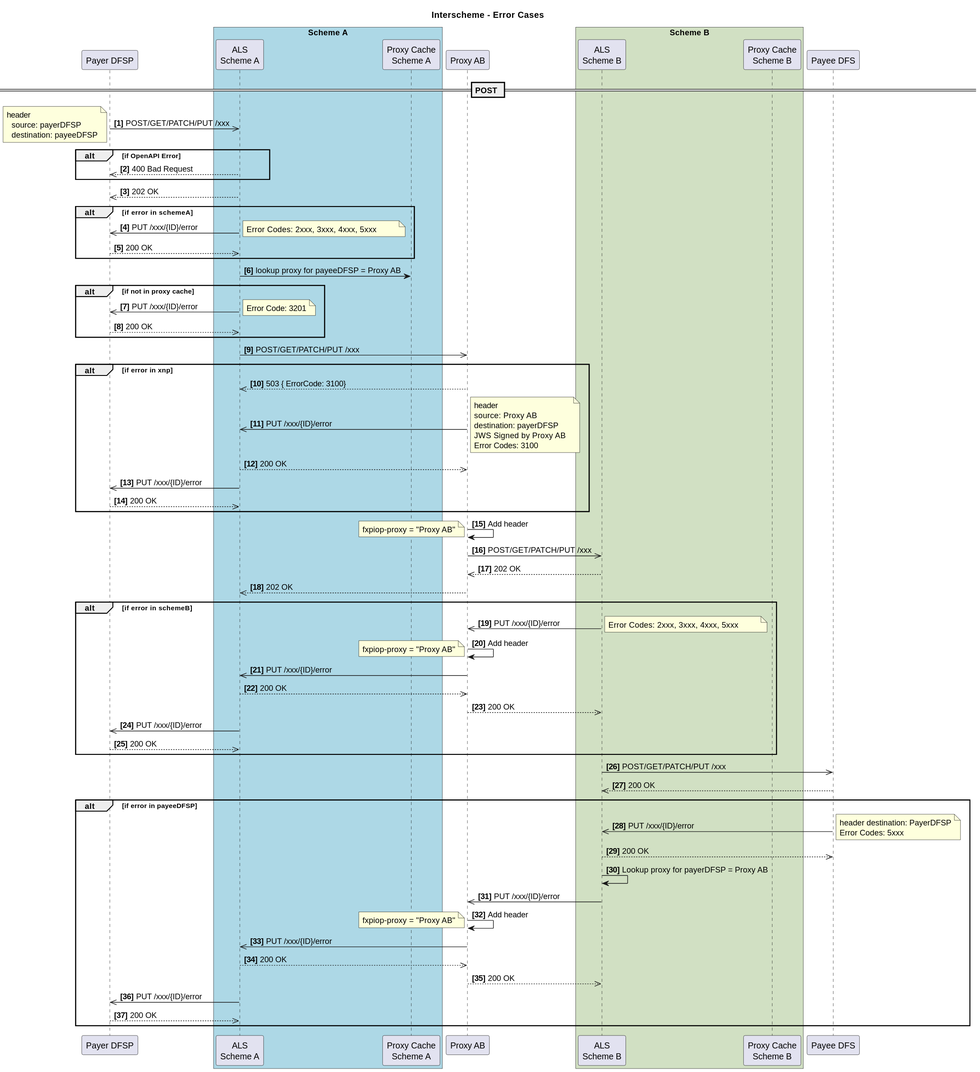
Before: docs/fr/product/features/Interscheme/Interscheme-ErrorCases.svg, a diagram exported from PlantUML (mojaloop/documentation). Its source is kept beside it as docs/fr/product/features/Interscheme/Interscheme-ErrorCases.plantuml.
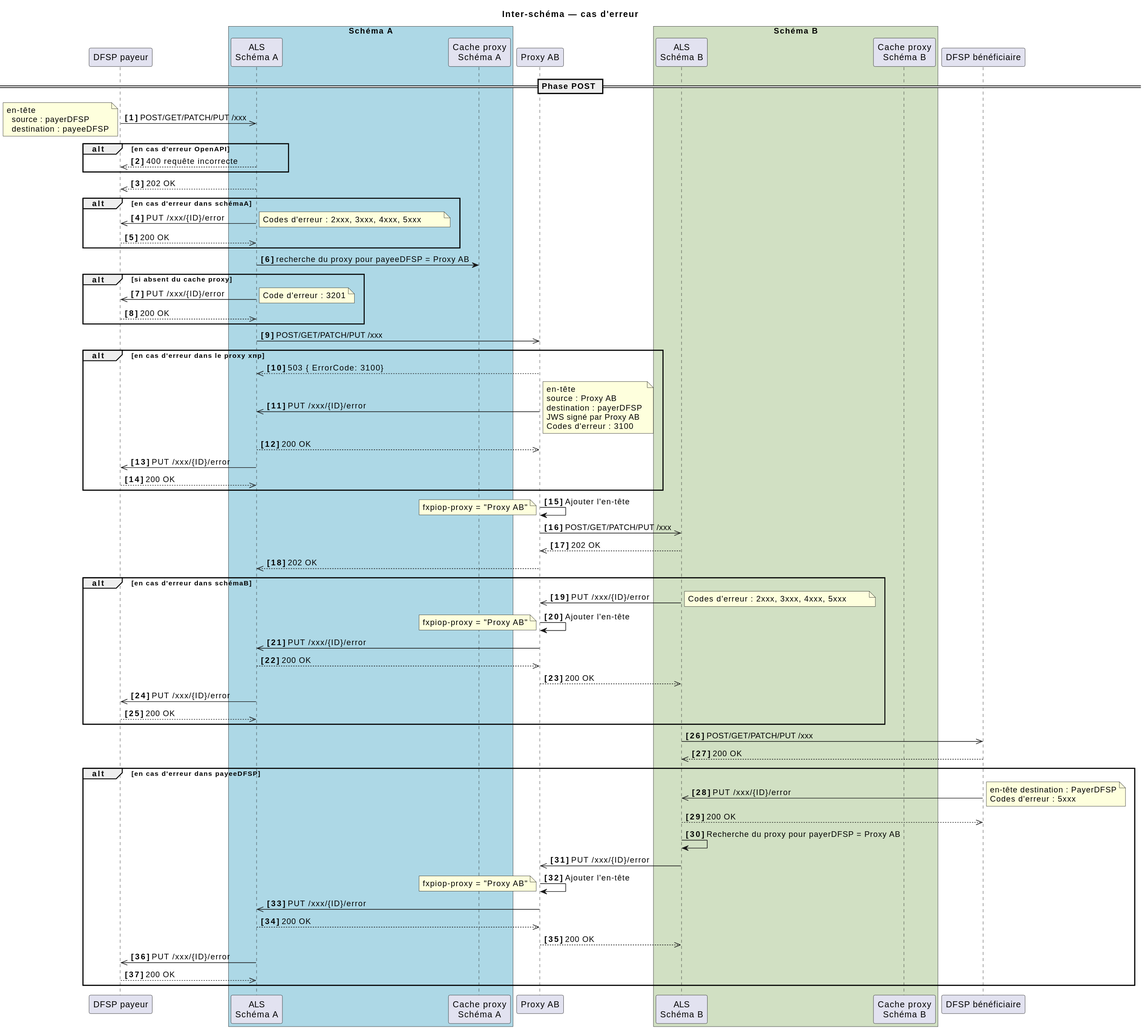
Later version of the same file.

Change to the diagram source:
```diff
@@ -1,69 +1,69 @@
 @startuml Interscheme-ErrorCases
 
-title Interscheme - Error Cases
+title Inter-schéma — cas d'erreur
 
-participant "Payer DFSP" as payerDFSP
-box "Scheme A" #LightBlue
-    participant "ALS\nScheme A" as schemeA
-    participant "Proxy Cache\nScheme A" as pc_A
+participant "DFSP payeur" as payerDFSP
+box "Schéma A" #LightBlue
+    participant "ALS\nSchéma A" as schemeA
+    participant "Cache proxy\nSchéma A" as pc_A
 end box
 participant "Proxy AB" as xnp
-box "Scheme B" #d1e0c3
-    participant "ALS\nScheme B" as schemeB
-    participant "Proxy Cache\nScheme B" as pc_B
+box "Schéma B" #d1e0c3
+    participant "ALS\nSchéma B" as schemeB
+    participant "Cache proxy\nSchéma B" as pc_B
 end box
-participant "Payee DFS" as payeeDFSP
+participant "DFSP bénéficiaire" as payeeDFSP
 
 autonumber 1 "<b>[0]"
 
-== POST ==
+== Phase POST ==
 payerDFSP ->> schemeA: POST/GET/PATCH/PUT /xxx
 note left
-header
-  source: payerDFSP
-  destination: payeeDFSP
+en-tête
+  source : payerDFSP
+  destination : payeeDFSP
 end note
 
-alt if OpenAPI Error
-    schemeA -->> payerDFSP: 400 Bad Request
+alt en cas d'erreur OpenAPI
+    schemeA -->> payerDFSP: 400 requête incorrecte
 end
 schemeA-->>payerDFSP: 202 OK
 
-    alt if error in schemeA
+    alt en cas d'erreur dans schémaA
         schemeA ->> payerDFSP: PUT /xxx/{ID}/error
         note right
-        Error Codes: 2xxx, 3xxx, 4xxx, 5xxx
+        Codes d'erreur : 2xxx, 3xxx, 4xxx, 5xxx
         end note
         payerDFSP -->> schemeA: 200 OK
     end
 
-    schemeA -> pc_A: lookup proxy for payeeDFSP = Proxy AB
-    alt if not in proxy cache
+    schemeA -> pc_A: recherche du proxy pour payeeDFSP = Proxy AB
+    alt si absent du cache proxy
         schemeA ->> payerDFSP: PUT /xxx/{ID}/error
         note right
-        Error Code: 3201
+        Code d'erreur : 3201
         end note
         payerDFSP -->> schemeA: 200 OK
     end
     schemeA ->> xnp: POST/GET/PATCH/PUT /xxx
 
-    alt if error in xnp
+    alt en cas d'erreur dans le proxy xnp
       xnp -->> schemeA: 503 { ErrorCode: 3100}
 
         xnp ->> schemeA: PUT /xxx/{ID}/error
         note right
-        header
-        source: Proxy AB
-        destination: payerDFSP
-        JWS Signed by Proxy AB
-        Error Codes: 3100
+        en-tête
+        source : Proxy AB
+        destination : payerDFSP
+        JWS signé par Proxy AB
+        Codes d'erreur : 3100
         end note
         schemeA -->> xnp: 200 OK
         schemeA ->> payerDFSP: PUT /xxx/{ID}/error
         payerDFSP -->> schemeA: 200 OK
     end
 
-    xnp->xnp: Add header
+    xnp->xnp: Ajouter l'en-tête
     note left
     fxpiop-proxy = "Proxy AB"
     end note
@@ -72,12 +72,12 @@
     schemeB -->> xnp: 202 OK
     xnp -->> schemeA: 202 OK
 
-    alt if error in schemeB
+    alt en cas d'erreur dans schémaB
         schemeB ->> xnp: PUT /xxx/{ID}/error
         note right
-        Error Codes: 2xxx, 3xxx, 4xxx, 5xxx
+        Codes d'erreur : 2xxx, 3xxx, 4xxx, 5xxx
         end note
-        xnp->xnp: Add header
+        xnp->xnp: Ajouter l'en-tête
         note left
         fxpiop-proxy = "Proxy AB"
         end note
@@ -91,16 +91,16 @@
     schemeB ->> payeeDFSP: POST/GET/PATCH/PUT /xxx
     payeeDFSP -->> schemeB: 200 OK
 
-    alt if error in payeeDFSP
+    alt en cas d'erreur dans payeeDFSP
         payeeDFSP->> schemeB: PUT /xxx/{ID}/error
         note right
-        header destination: PayerDFSP
-        Error Codes: 5xxx
+        en-tête destination : PayerDFSP
+        Codes d'erreur : 5xxx
         end note
         schemeB -->> payeeDFSP: 200 OK
-        schemeB -> schemeB: Lookup proxy for payerDFSP = Proxy AB
+        schemeB -> schemeB: Recherche du proxy pour payerDFSP = Proxy AB
         schemeB ->> xnp: PUT /xxx/{ID}/error
-        xnp->xnp: Add header
+        xnp->xnp: Ajouter l'en-tête
         note left
         fxpiop-proxy = "Proxy AB"
         end note
```
